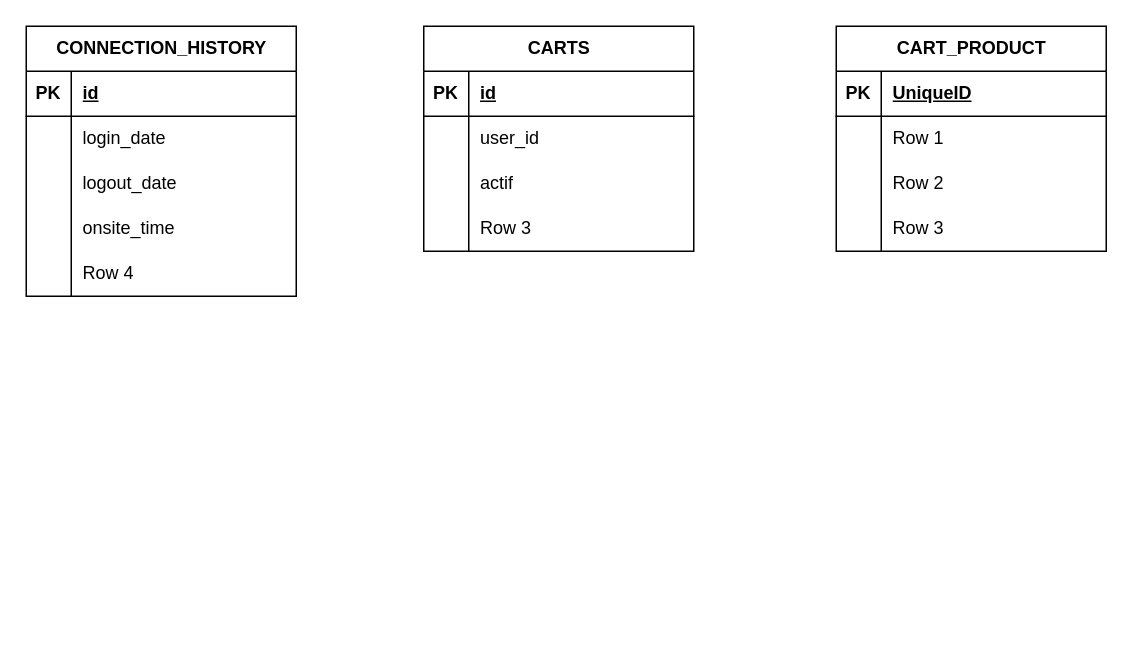
Above: session_finale_nik_et_gab.drawio in XxDxrkened/session_finale_nik_et_gab (draw.io), before the change. Source tidied: cells renumbered, new cells numbered last; positions are measured from the earlier drawing's top-left corner, leaving out a move shared by most shapes. Both pictures are drawn from the tidied source at 150%, with x=0, y=0 at pixel (26, 26).
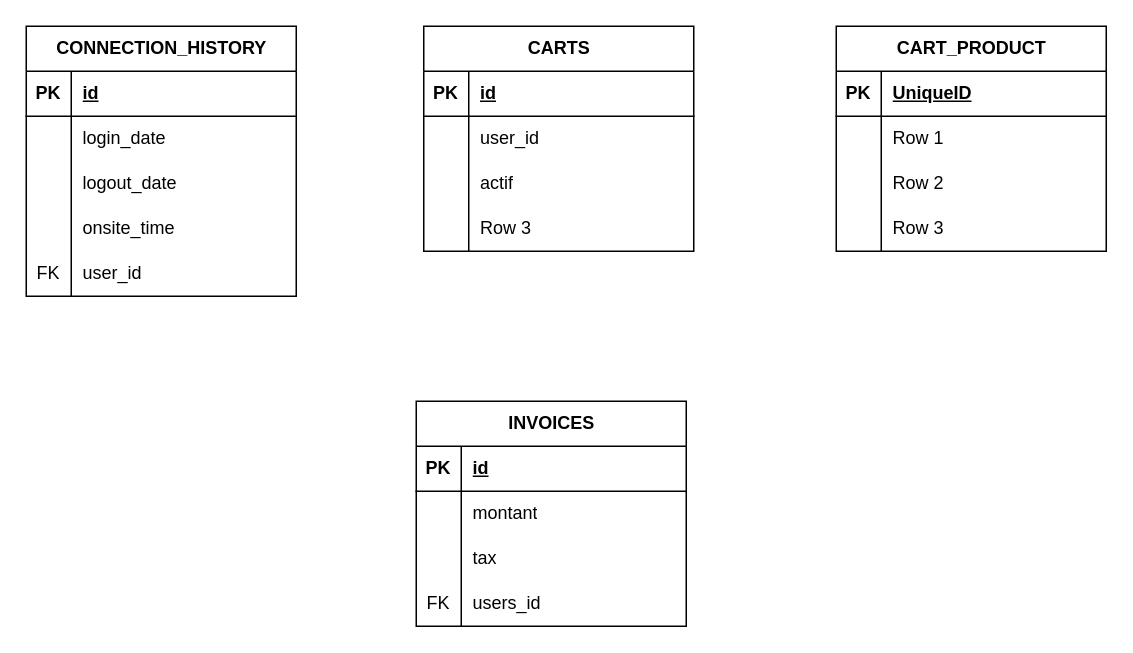
The same diagram, later.

The change refers to these unchanged cells:
```xml
<mxCell id="41" style="shape=tableRow;horizontal=0;startSize=0;swimlaneHead=0;swimlaneBody=0;fillColor=none;top=0;left=0;right=0;bottom=0;" parent="28" vertex="1">
  <mxGeometry y="150" width="180" height="30" as="geometry" />
</mxCell>
```

Diff of the diagram source:
```diff
@@
-    <mxCell id="42" style="shape=partialRectangle;fillColor=none;top=0;left=0;bottom=0;right=0;overflow=hidden;whiteSpace=wrap;html=1;" parent="41" vertex="1">
+    <mxCell id="42" value="FK" style="shape=partialRectangle;fillColor=none;top=0;left=0;bottom=0;right=0;overflow=hidden;whiteSpace=wrap;html=1;" parent="41" vertex="1">
       <mxGeometry width="30" height="30" as="geometry" />
     </mxCell>
-    <mxCell id="43" value="Row 4" style="shape=partialRectangle;fillColor=none;top=0;left=0;bottom=0;right=0;align=left;spacingLeft=6;overflow=hidden;whiteSpace=wrap;html=1;" parent="41" vertex="1">
+    <mxCell id="43" value="user_id" style="shape=partialRectangle;fillColor=none;top=0;left=0;bottom=0;right=0;align=left;spacingLeft=6;overflow=hidden;whiteSpace=wrap;html=1;" parent="41" vertex="1">
       <mxGeometry x="30" width="150" height="30" as="geometry" />
     </mxCell>
+    <mxCell id="44" value="INVOICES" style="shape=table;startSize=30;childLayout=tableLayout;rowLines=0;fontStyle=1;align=center;html=1;" parent="1" vertex="1">
+      <mxGeometry x="260" y="250" width="180" height="150" as="geometry" />
+    </mxCell>
+    <mxCell id="45" style="shape=tableRow;horizontal=0;startSize=0;swimlaneHead=0;swimlaneBody=0;fillColor=none;top=0;left=0;right=0;bottom=1;" parent="44" vertex="1">
+      <mxGeometry y="30" width="180" height="30" as="geometry" />
+    </mxCell>
+    <mxCell id="46" value="PK" style="shape=partialRectangle;fillColor=none;top=0;left=0;bottom=0;right=0;fontStyle=1;overflow=hidden;whiteSpace=wrap;html=1;" parent="45" vertex="1">
+      <mxGeometry width="30" height="30" as="geometry" />
+    </mxCell>
+    <mxCell id="47" value="id" style="shape=partialRectangle;fillColor=none;top=0;left=0;bottom=0;right=0;align=left;spacingLeft=6;fontStyle=5;overflow=hidden;whiteSpace=wrap;html=1;" parent="45" vertex="1">
+      <mxGeometry x="30" width="150" height="30" as="geometry" />
+    </mxCell>
+    <mxCell id="48" style="shape=tableRow;horizontal=0;startSize=0;swimlaneHead=0;swimlaneBody=0;fillColor=none;top=0;left=0;right=0;bottom=0;" parent="44" vertex="1">
+      <mxGeometry y="60" width="180" height="30" as="geometry" />
+    </mxCell>
+    <mxCell id="49" style="shape=partialRectangle;fillColor=none;top=0;left=0;bottom=0;right=0;overflow=hidden;whiteSpace=wrap;html=1;" parent="48" vertex="1">
+      <mxGeometry width="30" height="30" as="geometry" />
+    </mxCell>
+    <mxCell id="50" value="montant" style="shape=partialRectangle;fillColor=none;top=0;left=0;bottom=0;right=0;align=left;spacingLeft=6;overflow=hidden;whiteSpace=wrap;html=1;" parent="48" vertex="1">
+      <mxGeometry x="30" width="150" height="30" as="geometry" />
+    </mxCell>
+    <mxCell id="51" style="shape=tableRow;horizontal=0;startSize=0;swimlaneHead=0;swimlaneBody=0;fillColor=none;top=0;left=0;right=0;bottom=0;" parent="44" vertex="1">
+      <mxGeometry y="90" width="180" height="30" as="geometry" />
+    </mxCell>
+    <mxCell id="52" style="shape=partialRectangle;fillColor=none;top=0;left=0;bottom=0;right=0;overflow=hidden;whiteSpace=wrap;html=1;" parent="51" vertex="1">
+      <mxGeometry width="30" height="30" as="geometry" />
+    </mxCell>
+    <mxCell id="53" value="tax" style="shape=partialRectangle;fillColor=none;top=0;left=0;bottom=0;right=0;align=left;spacingLeft=6;overflow=hidden;whiteSpace=wrap;html=1;" parent="51" vertex="1">
+      <mxGeometry x="30" width="150" height="30" as="geometry" />
+    </mxCell>
+    <mxCell id="54" style="shape=tableRow;horizontal=0;startSize=0;swimlaneHead=0;swimlaneBody=0;fillColor=none;top=0;left=0;right=0;bottom=0;" parent="44" vertex="1">
+      <mxGeometry y="120" width="180" height="30" as="geometry" />
+    </mxCell>
+    <mxCell id="55" value="FK" style="shape=partialRectangle;fillColor=none;top=0;left=0;bottom=0;right=0;overflow=hidden;whiteSpace=wrap;html=1;" parent="54" vertex="1">
+      <mxGeometry width="30" height="30" as="geometry" />
+    </mxCell>
+    <mxCell id="56" value="users_id" style="shape=partialRectangle;fillColor=none;top=0;left=0;bottom=0;right=0;align=left;spacingLeft=6;overflow=hidden;whiteSpace=wrap;html=1;" parent="54" vertex="1">
+      <mxGeometry x="30" width="150" height="30" as="geometry" />
+    </mxCell>
```
